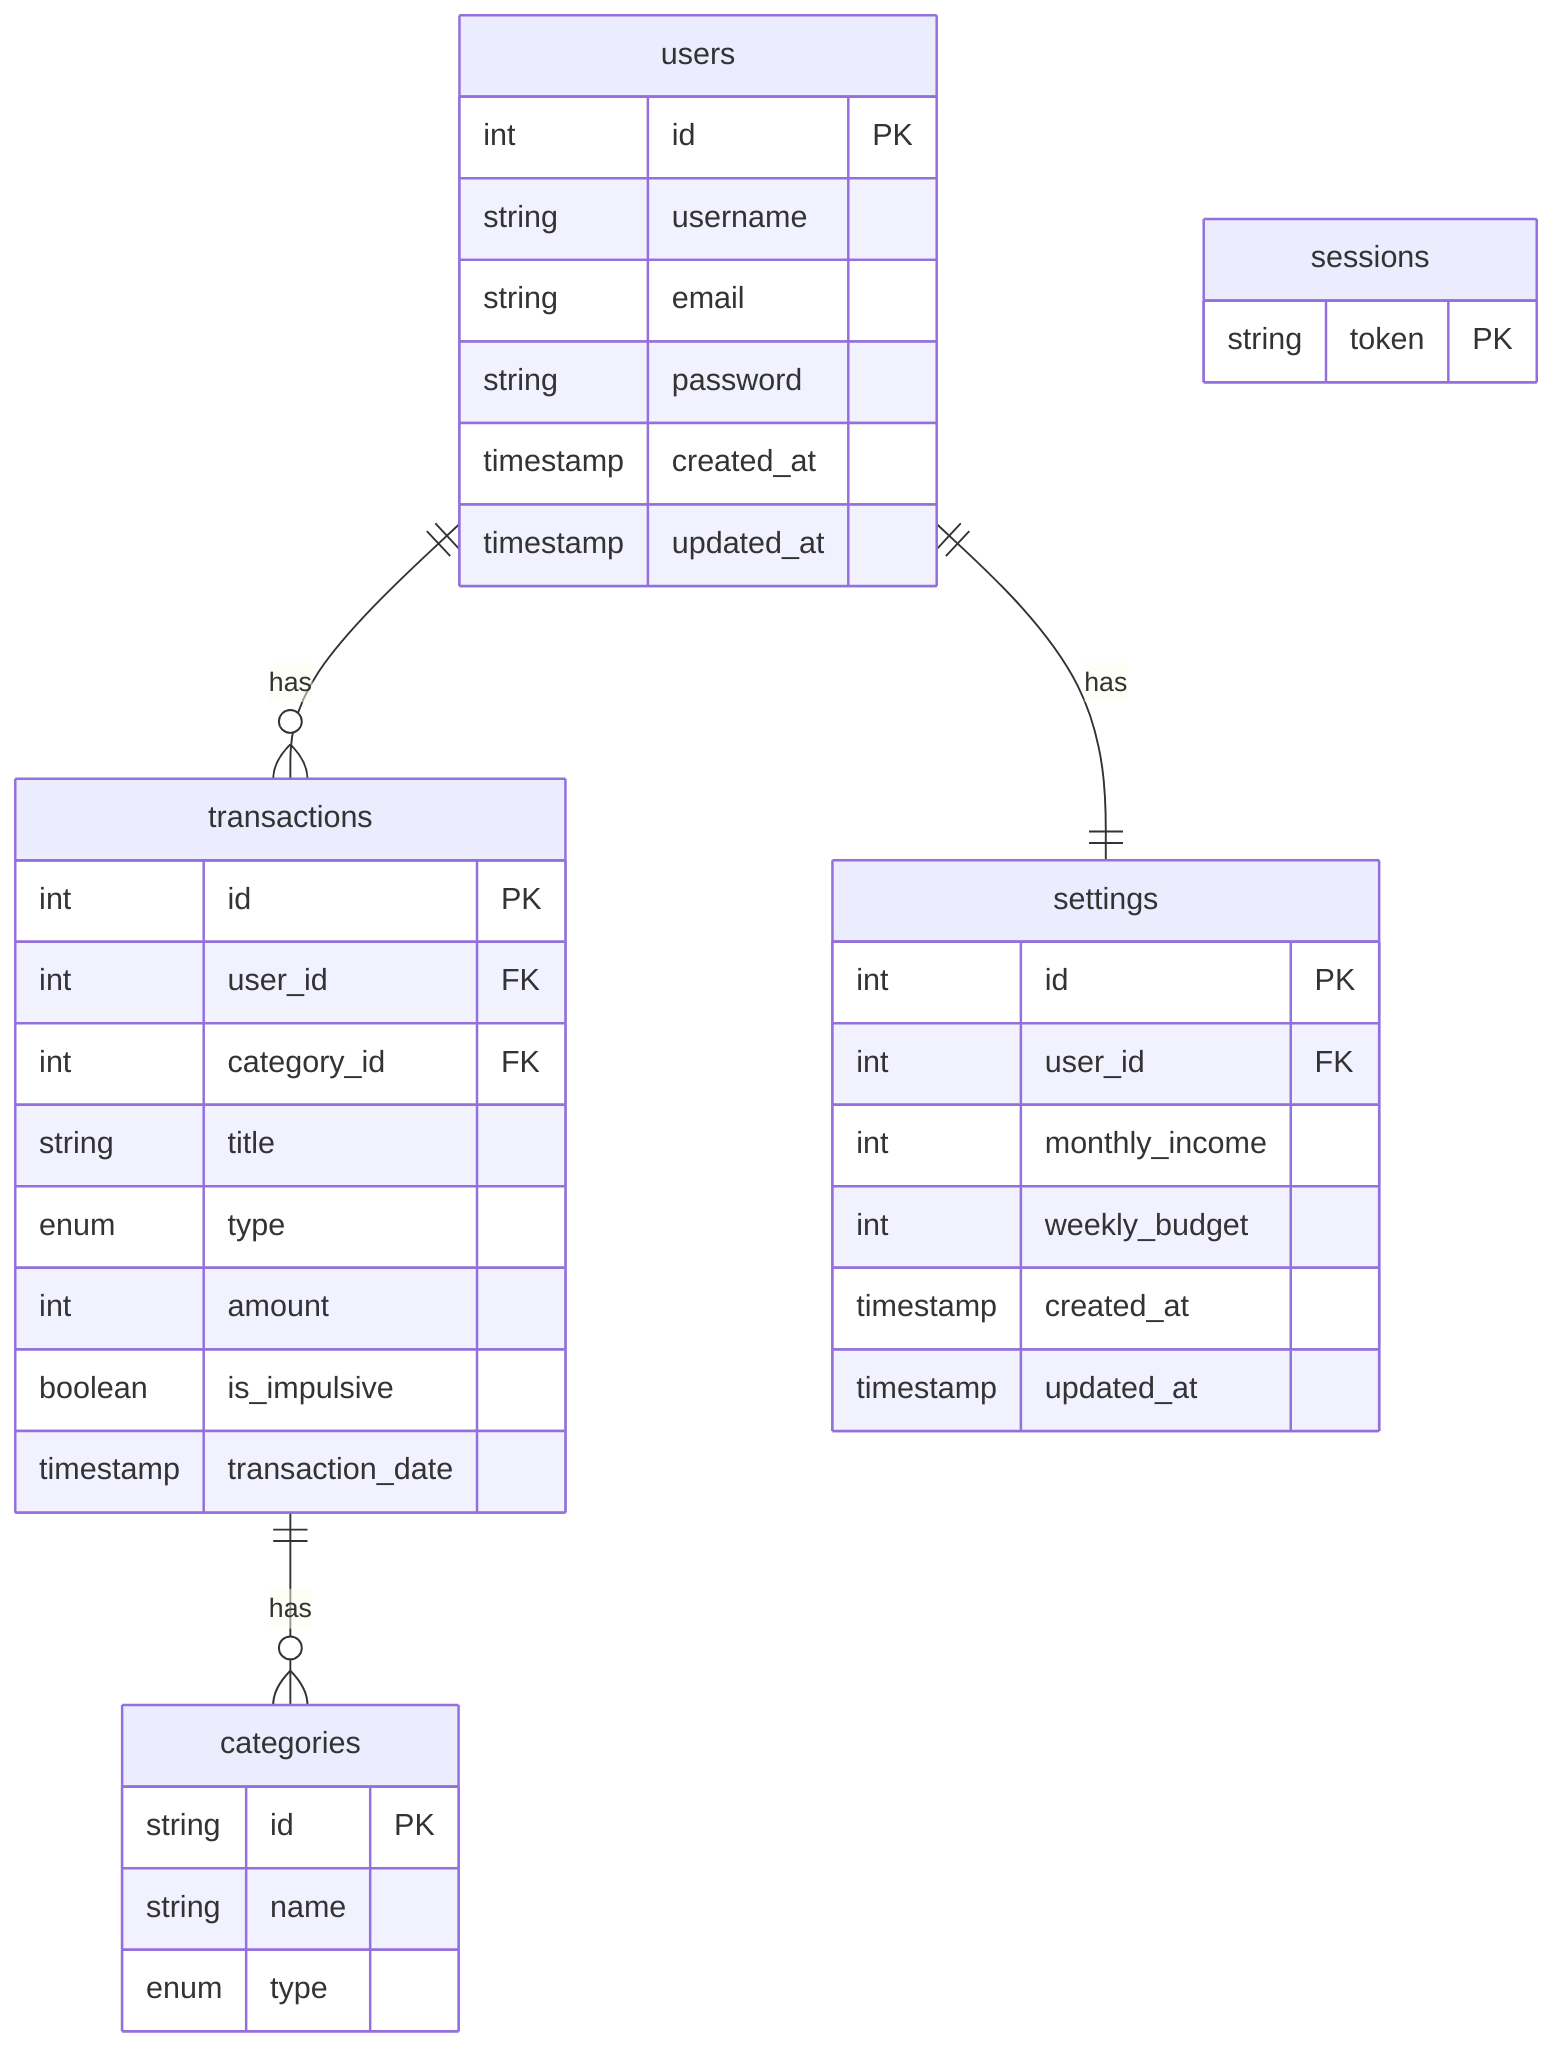
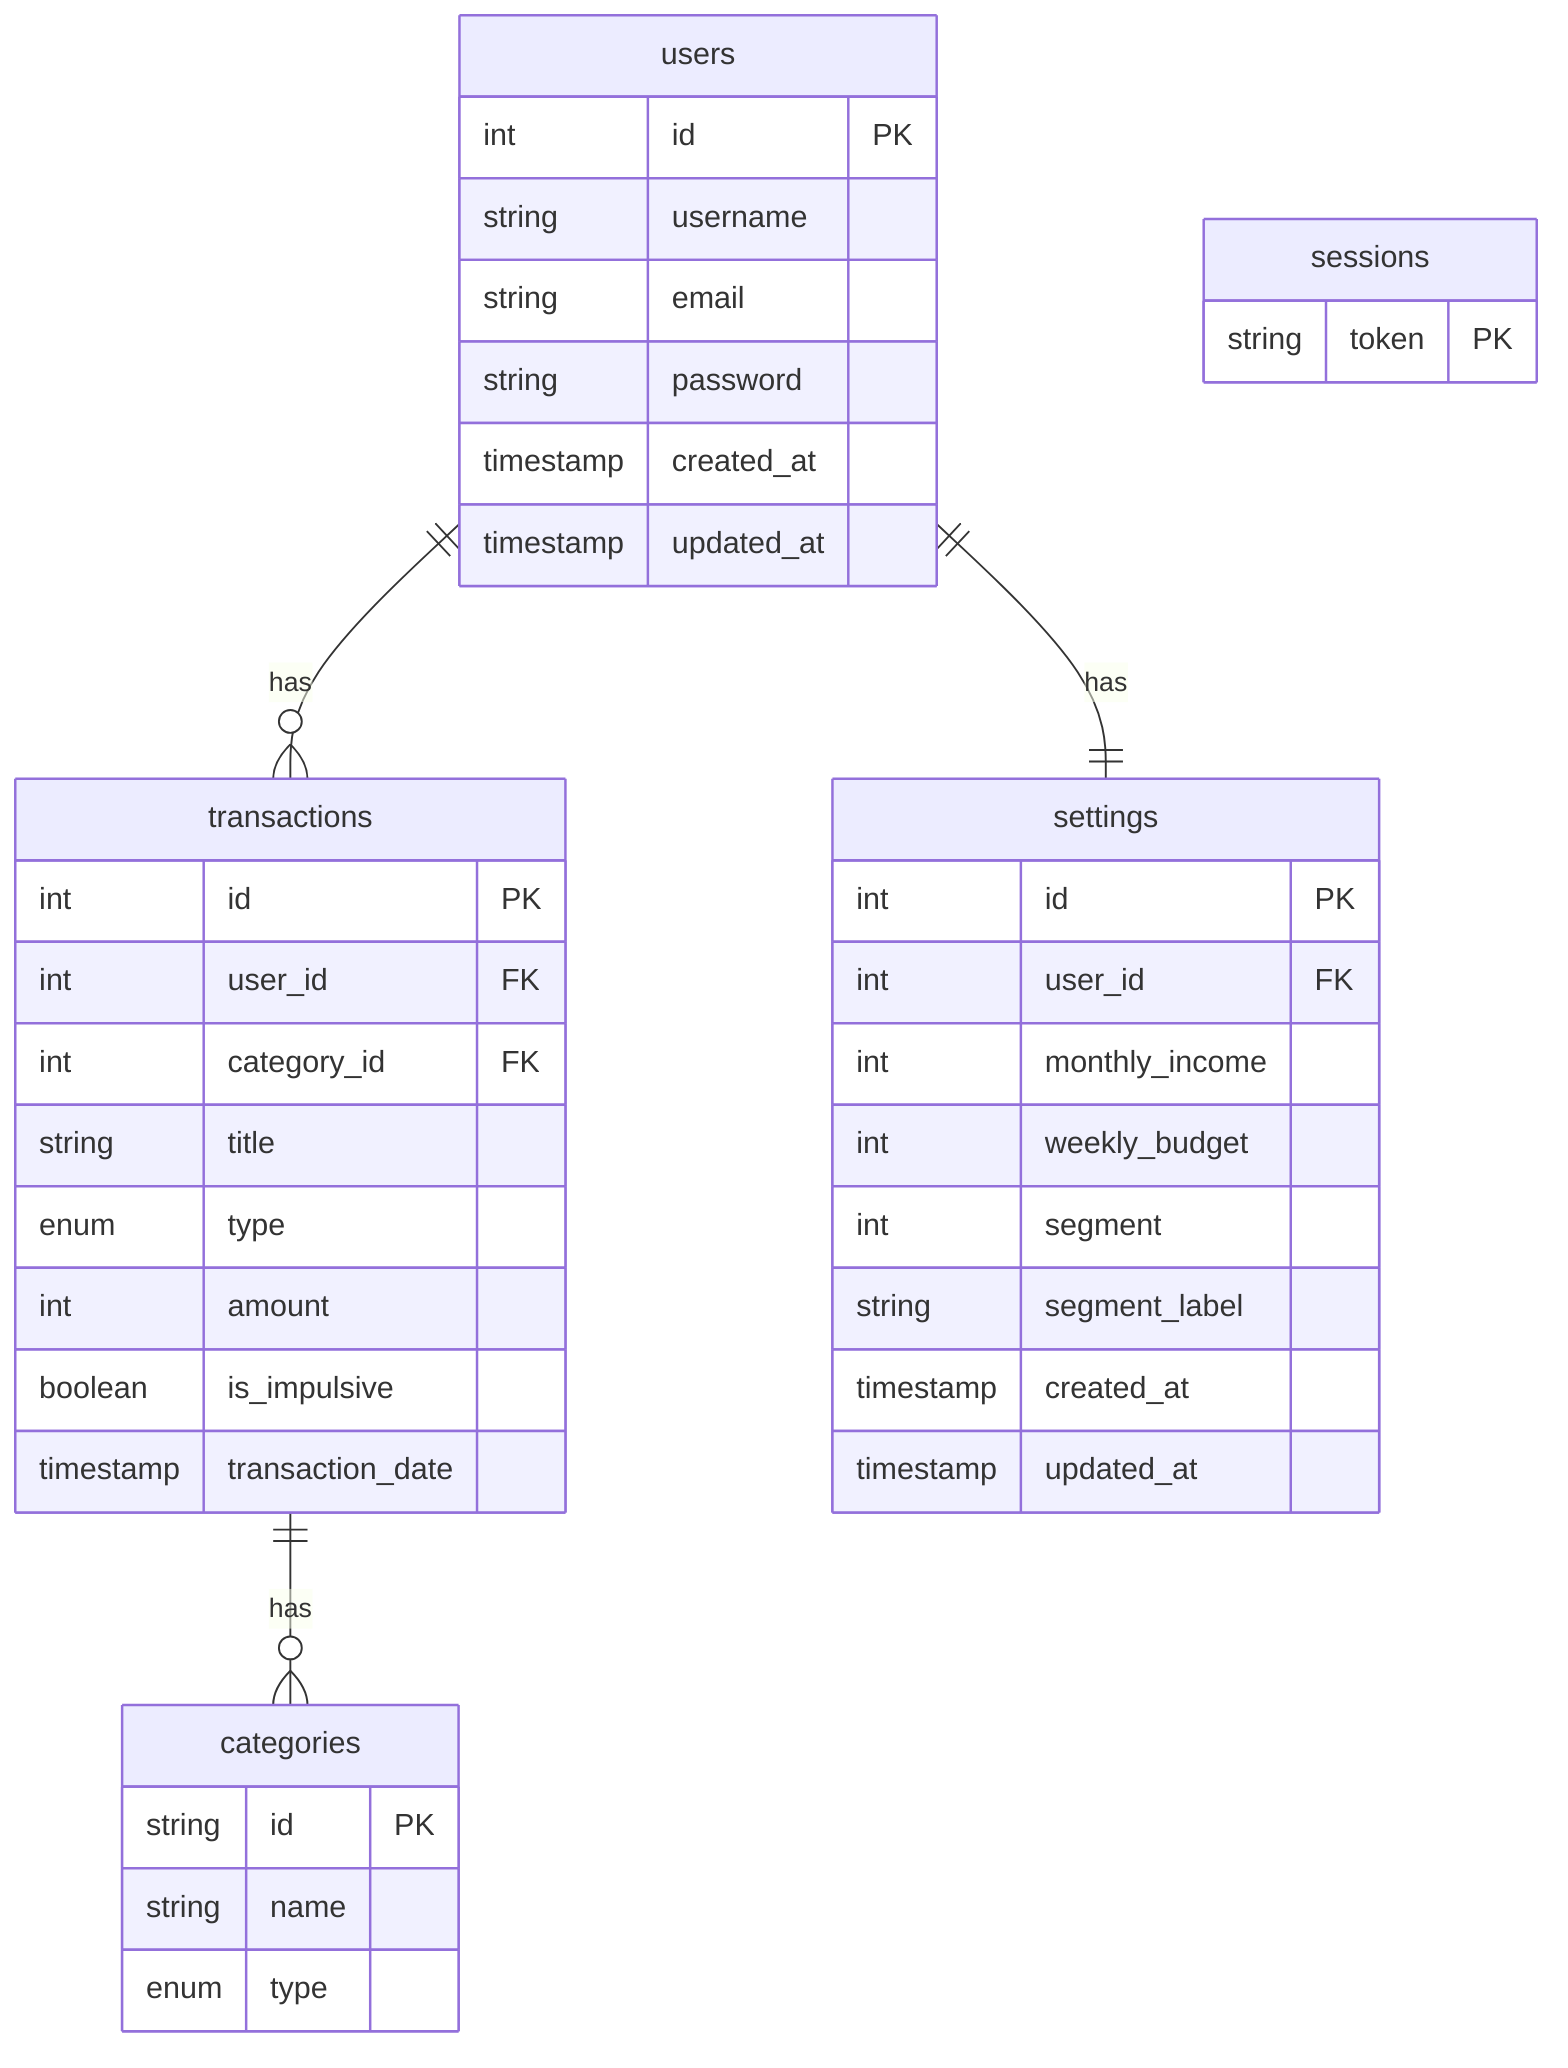
erDiagram

    users {
        int id PK
        string username
        string email
        string password
        timestamp created_at
        timestamp updated_at
    }

    transactions {
        int id PK
        int user_id FK
        int category_id FK
        string title
        enum type
        int amount
        boolean is_impulsive
        timestamp transaction_date
    }

    settings {
        int id PK
        int user_id FK
        int monthly_income
        int weekly_budget
+         int segment
+         string segment_label
        timestamp created_at
        timestamp updated_at
    }

    categories {
        string id PK
        string name
        enum type
    }

    sessions {
        string token PK
    }

    users ||--o{ transactions : has
    users ||--|| settings : has
    transactions ||--o{ categories : has